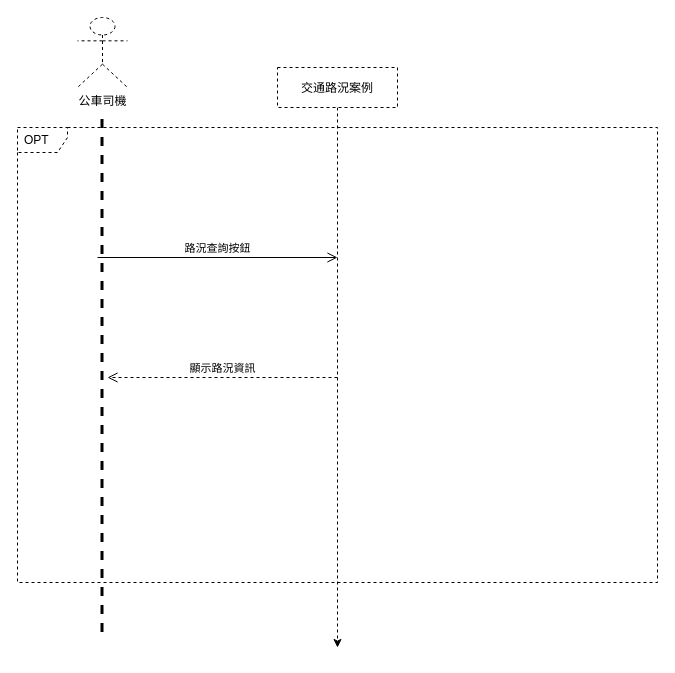
Tim11211017/final-assignment keeps this draw.io diagram as page "交通路況案例" (5 of 5) of answer.drawio. Above is the earlier version. Source tidied: cells renumbered, new cells numbered last; positions are measured from the earlier drawing's top-left corner, leaving out a move shared by most shapes. Both pictures are drawn from the tidied source at 100%, with x=0, y=0 at pixel (17, 17).
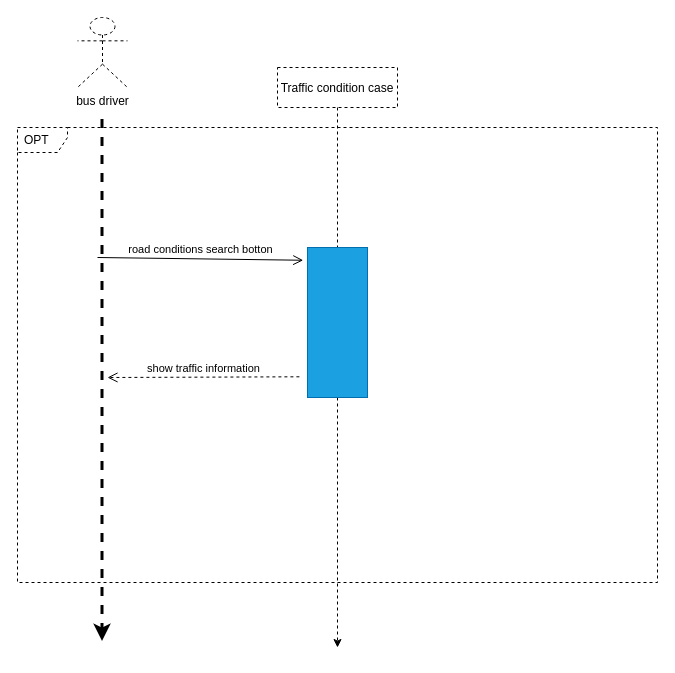
After the change.

Change to the diagram source:
```diff
@@
 <mxGraphModel>
   <root>
     <mxCell id="0" />
     <mxCell id="1" parent="0" />
     <mxCell id="2" value="OPT" style="shape=umlFrame;whiteSpace=wrap;html=1;width=50;height=25;boundedLbl=1;verticalAlign=middle;align=left;spacingLeft=5;dashed=1;" parent="1" vertex="1">
       <mxGeometry y="110" width="640" height="455" as="geometry" />
     </mxCell>
-    <mxCell id="3" value="公車司機" style="shape=umlActor;verticalLabelPosition=bottom;verticalAlign=top;html=1;dashed=1;" parent="1" vertex="1">
+    <mxCell id="3" value="bus driver" style="shape=umlActor;verticalLabelPosition=bottom;verticalAlign=top;html=1;dashed=1;" parent="1" vertex="1">
       <mxGeometry x="60" width="50" height="70" as="geometry" />
     </mxCell>
-    <mxCell id="4" style="endArrow=none;startArrow=none;endFill=0;startFill=0;endSize=8;html=1;verticalAlign=bottom;labelBackgroundColor=none;strokeWidth=3;dashed=1;" parent="1" edge="1">
+    <mxCell id="4" style="endArrow=classic;startArrow=none;endFill=1;startFill=0;endSize=8;html=1;verticalAlign=bottom;labelBackgroundColor=none;strokeWidth=3;dashed=1;" parent="1" edge="1">
       <mxGeometry relative="1" as="geometry">
         <mxPoint x="84.5" y="101.5" as="sourcePoint" />
         <mxPoint x="84.5" y="623.5" as="targetPoint" />
       </mxGeometry>
     </mxCell>
-    <mxCell id="5" style="edgeStyle=none;html=1;dashed=1;" parent="1" edge="1" source="6">
+    <mxCell id="5" style="edgeStyle=none;html=1;dashed=1;startArrow=none;" parent="1" edge="1" source="10">
       <mxGeometry relative="1" as="geometry">
         <mxPoint x="320" y="630" as="targetPoint" />
       </mxGeometry>
     </mxCell>
-    <mxCell id="6" value="交通路況案例" style="fontStyle=0;dashed=1;" parent="1" vertex="1">
+    <mxCell id="6" value="Traffic condition case" style="fontStyle=0;dashed=1;" parent="1" vertex="1">
       <mxGeometry x="260" y="50" width="120" height="40" as="geometry" />
     </mxCell>
-    <mxCell id="7" value="路況查詢按鈕" style="endArrow=open;startArrow=none;endFill=0;startFill=0;endSize=8;html=1;verticalAlign=bottom;labelBackgroundColor=none;strokeWidth=1;" parent="1" edge="1">
+    <mxCell id="7" value="road conditions search botton" style="endArrow=open;startArrow=none;endFill=0;startFill=0;endSize=8;html=1;verticalAlign=bottom;labelBackgroundColor=none;strokeWidth=1;entryX=0.085;entryY=1.071;entryDx=0;entryDy=0;entryPerimeter=0;" parent="1" edge="1" target="10">
       <mxGeometry relative="1" as="geometry">
         <mxPoint x="80" y="240" as="sourcePoint" />
-        <mxPoint x="320" y="240" as="targetPoint" />
       </mxGeometry>
     </mxCell>
-    <mxCell id="8" value="顯示路況資訊" style="endArrow=open;startArrow=none;endFill=0;startFill=0;endSize=8;html=1;verticalAlign=bottom;labelBackgroundColor=none;strokeWidth=1;dashed=1;" parent="1" edge="1">
+    <mxCell id="8" value="show traffic information" style="endArrow=open;startArrow=none;endFill=0;startFill=0;endSize=8;html=1;verticalAlign=bottom;labelBackgroundColor=none;strokeWidth=1;dashed=1;exitX=0.862;exitY=1.135;exitDx=0;exitDy=0;exitPerimeter=0;" parent="1" edge="1" source="10">
       <mxGeometry relative="1" as="geometry">
-        <mxPoint x="320" y="360" as="sourcePoint" />
         <mxPoint x="90" y="360" as="targetPoint" />
       </mxGeometry>
     </mxCell>
+    <mxCell id="9" style="edgeStyle=none;html=1;dashed=1;endArrow=none;" parent="1" edge="1" source="6" target="10">
+      <mxGeometry relative="1" as="geometry" />
+    </mxCell>
+    <mxCell id="10" style="rounded=0;whiteSpace=wrap;html=1;fillColor=#1ba1e2;fontColor=#ffffff;strokeColor=#006EAF;direction=south;" parent="1" vertex="1">
+      <mxGeometry x="290" y="230" width="60" height="150" as="geometry" />
+    </mxCell>
   </root>
 </mxGraphModel>
```
